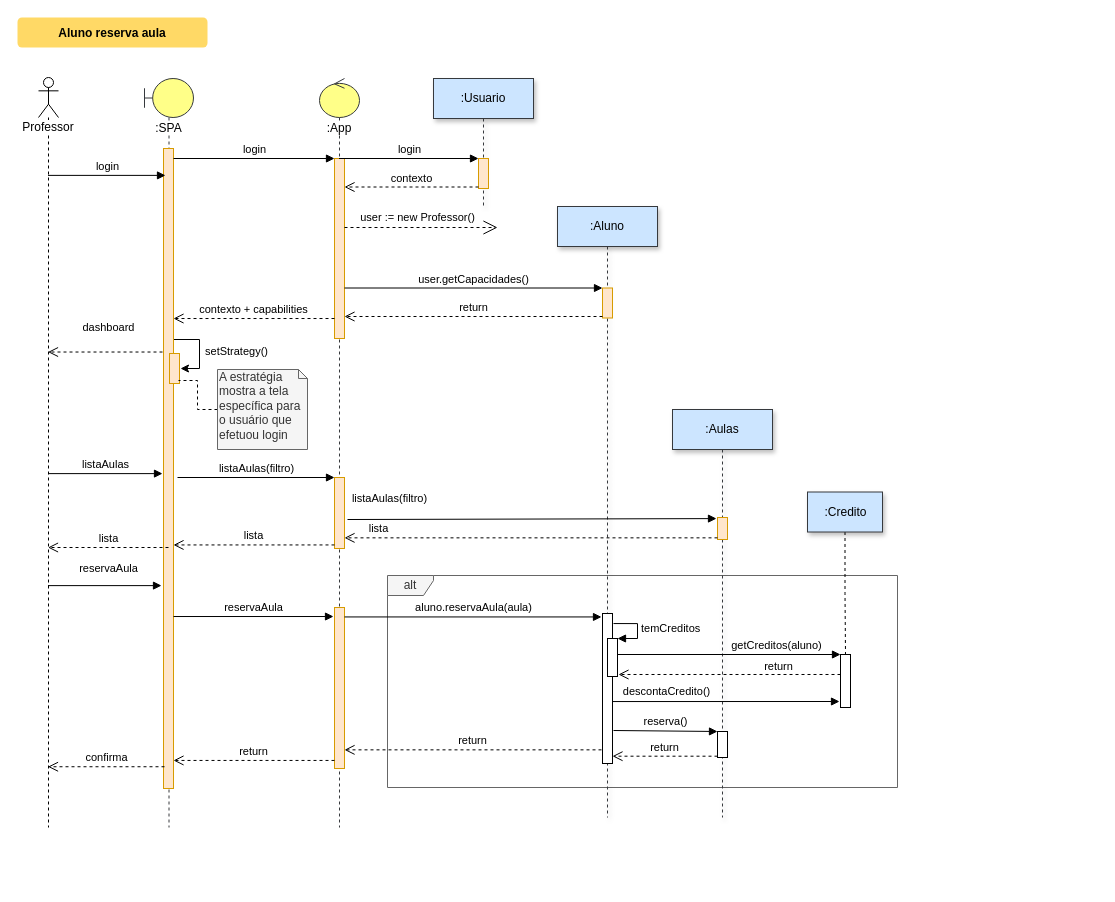
Neandertals/personal keeps this draw.io diagram as aluno_reserva.drawio. Above is the earlier version. Source tidied: cells renumbered, new cells numbered last; positions are measured from the earlier drawing's top-left corner, leaving out a move shared by most shapes. Both pictures are drawn from the tidied source at 100%, with x=0, y=0 at pixel (17, 17).
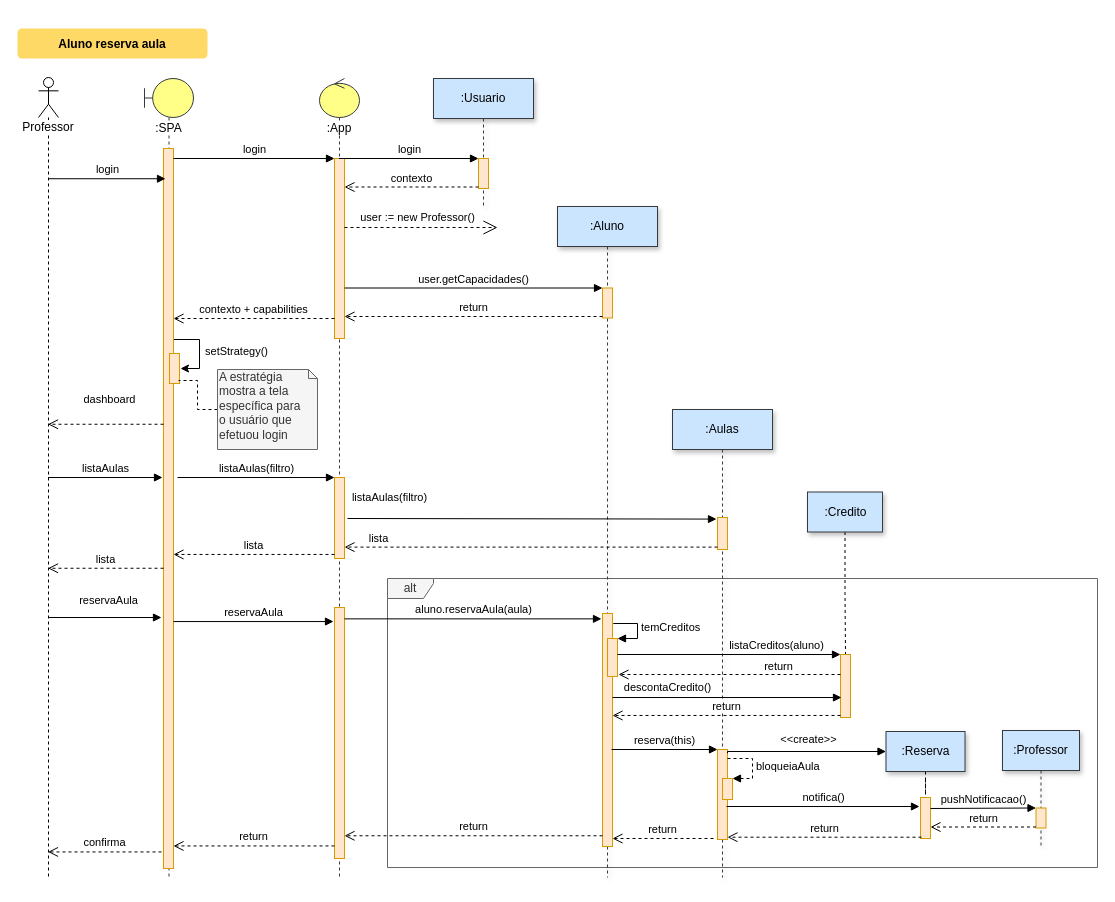
After the change.

What changed in the source:
```diff
@@
     <mxCell id="2" value="Aluno reserva aula" style="rounded=1;fontStyle=1;fillColor=#FFD966;strokeColor=none;" parent="1" vertex="1">
-      <mxGeometry width="190" height="30" as="geometry" />
+      <mxGeometry y="11" width="190" height="30" as="geometry" />
     </mxCell>
     <mxCell id="3" value="alt" style="shape=umlFrame;whiteSpace=wrap;html=1;fillColor=#f5f5f5;strokeColor=#666666;fontColor=#333333;gradientColor=none;swimlaneFillColor=none;width=46;height=20;comic=0;" parent="1" vertex="1">
-      <mxGeometry x="370" y="558" width="510" height="212" as="geometry" />
+      <mxGeometry x="370" y="561" width="710" height="289" as="geometry" />
     </mxCell>
     <mxCell id="4" value=":SPA" style="shape=umlLifeline;participant=umlBoundary;perimeter=lifelinePerimeter;whiteSpace=wrap;html=1;verticalAlign=top;spacingTop=36;labelBackgroundColor=#ffffff;size=39;fillColor=#ffff88;strokeColor=#36393d;" parent="1" vertex="1">
-      <mxGeometry x="127" y="61" width="49" height="749" as="geometry" />
+      <mxGeometry x="127" y="61" width="49" height="799" as="geometry" />
     </mxCell>
@@
     <mxCell id="6" style="html=1;points=[];perimeter=orthogonalPerimeter;fillColor=#ffe6cc;strokeColor=#d79b00;" parent="4" vertex="1">
-      <mxGeometry x="19" y="70" width="10" height="640" as="geometry" />
+      <mxGeometry x="19" y="70" width="10" height="720" as="geometry" />
     </mxCell>
@@
     <mxCell id="8" value="Professor&lt;br&gt;" style="shape=umlLifeline;participant=umlActor;perimeter=lifelinePerimeter;whiteSpace=wrap;html=1;verticalAlign=top;spacingTop=36;labelBackgroundColor=#ffffff;outlineConnect=0;" parent="1" vertex="1">
-      <mxGeometry x="21" y="60" width="20" height="750" as="geometry" />
+      <mxGeometry x="21" y="60" width="20" height="800" as="geometry" />
     </mxCell>
@@
     <mxCell id="11" value=":App" style="shape=umlLifeline;participant=umlControl;perimeter=lifelinePerimeter;whiteSpace=wrap;html=1;verticalAlign=top;spacingTop=36;labelBackgroundColor=#ffffff;outlineConnect=0;size=39;fillColor=#ffff88;strokeColor=#36393d;" parent="1" vertex="1">
-      <mxGeometry x="302" y="61" width="40" height="749" as="geometry" />
+      <mxGeometry x="302" y="61" width="40" height="799" as="geometry" />
     </mxCell>
@@
     <mxCell id="13" style="html=1;points=[];perimeter=orthogonalPerimeter;fillColor=#ffe6cc;strokeColor=#d79b00;" parent="11" vertex="1">
-      <mxGeometry x="15" y="399" width="10" height="71" as="geometry" />
+      <mxGeometry x="15" y="399" width="10" height="81" as="geometry" />
     </mxCell>
     <mxCell id="14" style="html=1;points=[];perimeter=orthogonalPerimeter;fillColor=#ffe6cc;strokeColor=#d79b00;" parent="11" vertex="1">
-      <mxGeometry x="15" y="529" width="10" height="161" as="geometry" />
+      <mxGeometry x="15" y="529" width="10" height="251" as="geometry" />
     </mxCell>
@@
-    <mxCell id="20" value="dashboard" style="html=1;verticalAlign=bottom;endArrow=open;dashed=1;endSize=8;exitX=-0.1;exitY=0.318;exitDx=0;exitDy=0;exitPerimeter=0;" parent="1" edge="1" source="6" target="8">
+    <mxCell id="20" value="dashboard" style="html=1;verticalAlign=bottom;endArrow=open;dashed=1;endSize=8;exitX=0;exitY=0.383;exitDx=0;exitDy=0;exitPerimeter=0;" parent="1" edge="1" source="6" target="8">
       <mxGeometry x="-0.06" y="-16" relative="1" as="geometry" />
     </mxCell>
     <mxCell id="21" value=":Aluno" style="shape=umlLifeline;perimeter=lifelinePerimeter;whiteSpace=wrap;html=1;shadow=1;strokeColor=#36393d;fillColor=#cce5ff;" parent="1" vertex="1">
-      <mxGeometry x="540" y="189" width="100" height="611" as="geometry" />
+      <mxGeometry x="540" y="189" width="100" height="671" as="geometry" />
     </mxCell>
@@
-    <mxCell id="23" style="html=1;points=[];perimeter=orthogonalPerimeter;" parent="21" vertex="1">
-      <mxGeometry x="45" y="407" width="10" height="150" as="geometry" />
+    <mxCell id="23" style="html=1;points=[];perimeter=orthogonalPerimeter;strokeColor=#d79b00;fillColor=#ffe6cc;" parent="21" vertex="1">
+      <mxGeometry x="45" y="407" width="10" height="233" as="geometry" />
     </mxCell>
-    <mxCell id="24" style="html=1;points=[];perimeter=orthogonalPerimeter;comic=0;gradientColor=none;" parent="21" vertex="1">
+    <mxCell id="24" style="html=1;points=[];perimeter=orthogonalPerimeter;comic=0;gradientColor=none;strokeColor=#d79b00;fillColor=#ffe6cc;" parent="21" vertex="1">
       <mxGeometry x="50" y="432" width="10" height="38" as="geometry" />
     </mxCell>
-    <mxCell id="25" value="temCreditos" style="edgeStyle=orthogonalEdgeStyle;html=1;align=left;spacingLeft=2;endArrow=block;rounded=0;entryX=1;entryY=0;exitX=1.1;exitY=0.067;exitDx=0;exitDy=0;exitPerimeter=0;" parent="21" edge="1" source="23" target="24">
+    <mxCell id="25" value="temCreditos" style="edgeStyle=orthogonalEdgeStyle;html=1;align=left;spacingLeft=2;endArrow=block;rounded=0;entryX=1;entryY=0;" parent="21" edge="1" target="24">
       <mxGeometry relative="1" as="geometry">
+        <mxPoint x="60" y="417" as="sourcePoint" />
         <Array as="points">
+          <mxPoint x="56" y="417" />
           <mxPoint x="80" y="417" />
           <mxPoint x="80" y="432" />
         </Array>
       </mxGeometry>
     </mxCell>
@@
     <mxCell id="30" value="&lt;blockquote style=&quot;margin: 0 0 0 40px ; border: none ; padding: 0px&quot;&gt;&lt;/blockquote&gt;&lt;span&gt;A estratégia&lt;/span&gt;&lt;br&gt;&lt;blockquote style=&quot;margin: 0 0 0 40px ; border: none ; padding: 0px&quot;&gt;&lt;/blockquote&gt;&lt;span&gt;mostra a tela específica para&lt;/span&gt;&lt;br&gt;&lt;blockquote style=&quot;margin: 0 0 0 40px ; border: none ; padding: 0px&quot;&gt; &lt;/blockquote&gt;&lt;span&gt;o usuário que&lt;/span&gt;&lt;br&gt; efetuou login" style="shape=note;whiteSpace=wrap;html=1;size=9;verticalAlign=top;align=left;spacingTop=-6;fillColor=#f5f5f5;strokeColor=#666666;fontColor=#333333;" parent="1" vertex="1">
-      <mxGeometry x="200" y="352" width="90" height="80" as="geometry" />
+      <mxGeometry x="200" y="352" width="100" height="80" as="geometry" />
     </mxCell>
     <mxCell id="31" value=":Aulas" style="shape=umlLifeline;perimeter=lifelinePerimeter;whiteSpace=wrap;html=1;shadow=1;strokeColor=#36393d;fillColor=#cce5ff;" parent="1" vertex="1">
-      <mxGeometry x="655" y="392" width="100" height="408" as="geometry" />
+      <mxGeometry x="655" y="392" width="100" height="468" as="geometry" />
     </mxCell>
     <mxCell id="32" style="html=1;points=[];perimeter=orthogonalPerimeter;fillColor=#ffe6cc;strokeColor=#d79b00;" parent="31" vertex="1">
-      <mxGeometry x="45" y="108" width="10" height="22" as="geometry" />
+      <mxGeometry x="45" y="108" width="10" height="32" as="geometry" />
     </mxCell>
-    <mxCell id="33" style="html=1;points=[];perimeter=orthogonalPerimeter;comic=0;gradientColor=none;" parent="31" vertex="1">
-      <mxGeometry x="45" y="322" width="10" height="26" as="geometry" />
+    <mxCell id="33" style="html=1;points=[];perimeter=orthogonalPerimeter;comic=0;gradientColor=none;strokeColor=#d79b00;fillColor=#ffe6cc;" parent="31" vertex="1">
+      <mxGeometry x="45" y="340" width="10" height="90" as="geometry" />
     </mxCell>
+    <mxCell id="54" style="html=1;points=[];perimeter=orthogonalPerimeter;comic=0;gradientColor=none;strokeColor=#d79b00;fillColor=#ffe6cc;" parent="31" vertex="1">
+      <mxGeometry x="50" y="369" width="10" height="21" as="geometry" />
+    </mxCell>
+    <mxCell id="55" value="bloqueiaAula" style="edgeStyle=orthogonalEdgeStyle;html=1;align=left;spacingLeft=2;endArrow=block;rounded=0;entryX=1;entryY=0;dashed=1;" parent="31" edge="1" target="54">
+      <mxGeometry relative="1" as="geometry">
+        <mxPoint x="55" y="349" as="sourcePoint" />
+        <Array as="points">
+          <mxPoint x="80" y="349" />
+        </Array>
+      </mxGeometry>
+    </mxCell>
-    <mxCell id="34" value="listaAulas" style="html=1;verticalAlign=bottom;endArrow=block;entryX=-0.1;entryY=0.508;entryDx=0;entryDy=0;entryPerimeter=0;" parent="1" edge="1" source="8" target="6">
-      <mxGeometry relative="1" as="geometry" />
+    <mxCell id="34" value="listaAulas" style="html=1;verticalAlign=bottom;endArrow=block;" parent="1" edge="1" source="8">
+      <mxGeometry relative="1" as="geometry">
+        <mxPoint x="145" y="460" as="targetPoint" />
+      </mxGeometry>
     </mxCell>
@@
-    <mxCell id="38" value="lista" style="html=1;verticalAlign=bottom;endArrow=open;dashed=1;endSize=8;" parent="1" edge="1" target="8">
-      <mxGeometry relative="1" as="geometry">
-        <mxPoint x="151" y="530" as="sourcePoint" />
-      </mxGeometry>
+    <mxCell id="38" value="lista" style="html=1;verticalAlign=bottom;endArrow=open;dashed=1;endSize=8;exitX=0;exitY=0.583;exitDx=0;exitDy=0;exitPerimeter=0;" parent="1" edge="1" source="6" target="8">
+      <mxGeometry relative="1" as="geometry" />
     </mxCell>
     <mxCell id="39" value="listaAulas(filtro)" style="html=1;verticalAlign=bottom;endArrow=block;entryX=-0.1;entryY=0.05;entryDx=0;entryDy=0;entryPerimeter=0;" parent="1" edge="1" target="32">
       <mxGeometry x="-0.77" y="12" relative="1" as="geometry">
-        <mxPoint x="330" y="502" as="sourcePoint" />
+        <mxPoint x="330" y="501" as="sourcePoint" />
       </mxGeometry>
     </mxCell>
-    <mxCell id="40" value="reservaAula" style="html=1;verticalAlign=bottom;endArrow=block;entryX=-0.2;entryY=0.683;entryDx=0;entryDy=0;entryPerimeter=0;" parent="1" edge="1" source="8" target="6">
-      <mxGeometry x="0.05" y="8" relative="1" as="geometry" />
+    <mxCell id="40" value="reservaAula" style="html=1;verticalAlign=bottom;endArrow=block;" parent="1" edge="1" source="8">
+      <mxGeometry x="0.05" y="8" relative="1" as="geometry">
+        <mxPoint x="144" y="600" as="targetPoint" />
+      </mxGeometry>
     </mxCell>
@@
-    <mxCell id="44" value="return" style="html=1;verticalAlign=bottom;endArrow=open;dashed=1;endSize=8;exitX=-0.1;exitY=0.909;exitDx=0;exitDy=0;exitPerimeter=0;" parent="1" edge="1" source="23" target="14">
+    <mxCell id="44" value="return" style="html=1;verticalAlign=bottom;endArrow=open;dashed=1;endSize=8;exitX=0;exitY=0.954;exitDx=0;exitDy=0;exitPerimeter=0;" parent="1" edge="1" source="23" target="14">
       <mxGeometry relative="1" as="geometry" />
     </mxCell>
-    <mxCell id="45" value="confirma" style="html=1;verticalAlign=bottom;endArrow=open;dashed=1;endSize=8;exitX=0.1;exitY=0.966;exitDx=0;exitDy=0;exitPerimeter=0;" parent="1" edge="1" source="6" target="8">
+    <mxCell id="45" value="confirma" style="html=1;verticalAlign=bottom;endArrow=open;dashed=1;endSize=8;exitX=-0.2;exitY=0.977;exitDx=0;exitDy=0;exitPerimeter=0;" parent="1" edge="1" source="6" target="8">
       <mxGeometry relative="1" as="geometry" />
     </mxCell>
@@
-    <mxCell id="48" style="html=1;points=[];perimeter=orthogonalPerimeter;comic=0;gradientColor=none;" parent="1" vertex="1">
-      <mxGeometry x="823" y="637" width="10" height="53" as="geometry" />
+    <mxCell id="48" style="html=1;points=[];perimeter=orthogonalPerimeter;comic=0;gradientColor=none;strokeColor=#d79b00;fillColor=#ffe6cc;" parent="1" vertex="1">
+      <mxGeometry x="823" y="637" width="10" height="63" as="geometry" />
     </mxCell>
-    <mxCell id="49" value="getCreditos(aluno)" style="html=1;verticalAlign=bottom;endArrow=block;entryX=0;entryY=0;" parent="1" edge="1" source="24" target="48">
+    <mxCell id="49" value="listaCreditos(aluno)" style="html=1;verticalAlign=bottom;endArrow=block;entryX=0;entryY=0;" parent="1" edge="1" source="24" target="48">
       <mxGeometry x="0.43" relative="1" as="geometry" />
     </mxCell>
@@
-    <mxCell id="51" value="descontaCredito()" style="html=1;verticalAlign=bottom;endArrow=block;entryX=-0.1;entryY=0.887;entryDx=0;entryDy=0;entryPerimeter=0;exitX=1;exitY=0.587;exitDx=0;exitDy=0;exitPerimeter=0;" parent="1" edge="1" source="23" target="48">
+    <mxCell id="51" value="descontaCredito()" style="html=1;verticalAlign=bottom;endArrow=block;entryX=0.1;entryY=0.683;entryDx=0;entryDy=0;entryPerimeter=0;" parent="1" edge="1" source="23" target="48">
       <mxGeometry x="-0.52" y="1" relative="1" as="geometry" />
     </mxCell>
-    <mxCell id="52" value="return" style="html=1;verticalAlign=bottom;endArrow=open;dashed=1;endSize=8;exitX=0;exitY=0.95;" parent="1" edge="1" source="33" target="23">
+    <mxCell id="52" value="return" style="html=1;verticalAlign=bottom;endArrow=open;dashed=1;endSize=8;exitX=-0.4;exitY=0.989;exitDx=0;exitDy=0;exitPerimeter=0;" parent="1" edge="1" source="33" target="23">
       <mxGeometry relative="1" as="geometry" />
     </mxCell>
-    <mxCell id="53" value="reserva()" style="html=1;verticalAlign=bottom;endArrow=block;entryX=0;entryY=0;exitX=1.1;exitY=0.78;exitDx=0;exitDy=0;exitPerimeter=0;" parent="1" edge="1" source="23" target="33">
-      <mxGeometry relative="1" as="geometry" />
+    <mxCell id="53" value="reserva(this)" style="html=1;verticalAlign=bottom;endArrow=block;entryX=0;entryY=0;" parent="1" edge="1" target="33">
+      <mxGeometry relative="1" as="geometry">
+        <mxPoint x="594" y="732" as="sourcePoint" />
+      </mxGeometry>
     </mxCell>
+    <mxCell id="56" style="edgeStyle=orthogonalEdgeStyle;rounded=0;jettySize=auto;html=1;dashed=1;endArrow=none;endFill=0;" parent="1" edge="1" source="57" target="63">
+      <mxGeometry relative="1" as="geometry" />
+    </mxCell>
+    <mxCell id="57" value=":Reserva" style="html=1;comic=0;gradientColor=none;shadow=1;strokeColor=#36393d;fillColor=#cce5ff;" parent="1" vertex="1">
+      <mxGeometry x="868.5" y="714" width="79" height="40" as="geometry" />
+    </mxCell>
+    <mxCell id="58" value="&amp;lt;&amp;lt;create&amp;gt;&amp;gt;" style="edgeStyle=orthogonalEdgeStyle;rounded=0;jettySize=auto;html=1;entryX=0;entryY=0.5;entryDx=0;entryDy=0;endArrow=block;endFill=1;exitX=1;exitY=0.042;exitDx=0;exitDy=0;exitPerimeter=0;" parent="1" edge="1" source="33" target="57">
+      <mxGeometry x="0.03" y="12" relative="1" as="geometry">
+        <Array as="points">
+          <mxPoint x="710" y="734" />
+        </Array>
+      </mxGeometry>
+    </mxCell>
+    <mxCell id="59" value="return" style="html=1;verticalAlign=bottom;endArrow=open;dashed=1;endSize=8;exitX=0;exitY=0.968;exitDx=0;exitDy=0;exitPerimeter=0;" parent="1" edge="1" source="48" target="23">
+      <mxGeometry relative="1" as="geometry" />
+    </mxCell>
+    <mxCell id="60" value=":Professor" style="shape=umlLifeline;perimeter=lifelinePerimeter;whiteSpace=wrap;html=1;comic=0;gradientColor=none;shadow=1;strokeColor=#36393d;fillColor=#cce5ff;" parent="1" vertex="1">
+      <mxGeometry x="985" y="713" width="77" height="117" as="geometry" />
+    </mxCell>
+    <mxCell id="61" style="html=1;points=[];perimeter=orthogonalPerimeter;comic=0;gradientColor=none;strokeColor=#d79b00;fillColor=#ffe6cc;" parent="60" vertex="1">
+      <mxGeometry x="33.5" y="77.5" width="10" height="20" as="geometry" />
+    </mxCell>
+    <mxCell id="62" style="edgeStyle=orthogonalEdgeStyle;rounded=0;orthogonalLoop=1;jettySize=auto;html=1;exitX=0.5;exitY=1;exitDx=0;exitDy=0;dashed=1;endArrow=none;endFill=0;" parent="1" edge="1" source="57" target="57">
+      <mxGeometry relative="1" as="geometry" />
+    </mxCell>
+    <mxCell id="63" style="html=1;points=[];perimeter=orthogonalPerimeter;comic=0;gradientColor=none;strokeColor=#d79b00;fillColor=#ffe6cc;" parent="1" vertex="1">
+      <mxGeometry x="903" y="780" width="10" height="41" as="geometry" />
+    </mxCell>
+    <mxCell id="64" value="notifica()" style="html=1;verticalAlign=bottom;endArrow=block;entryX=-0.1;entryY=0.22;entryDx=0;entryDy=0;entryPerimeter=0;" parent="1" edge="1" target="63">
+      <mxGeometry relative="1" as="geometry">
+        <mxPoint x="709" y="789" as="sourcePoint" />
+      </mxGeometry>
+    </mxCell>
+    <mxCell id="65" value="return" style="html=1;verticalAlign=bottom;endArrow=open;dashed=1;endSize=8;exitX=0.1;exitY=0.968;exitDx=0;exitDy=0;exitPerimeter=0;" parent="1" edge="1" source="63" target="33">
+      <mxGeometry relative="1" as="geometry" />
+    </mxCell>
+    <mxCell id="66" value="pushNotificacao()" style="html=1;verticalAlign=bottom;endArrow=block;entryX=0;entryY=0;exitX=1;exitY=0.268;exitDx=0;exitDy=0;exitPerimeter=0;" parent="1" edge="1" source="63" target="61">
+      <mxGeometry relative="1" as="geometry" />
+    </mxCell>
+    <mxCell id="67" value="return" style="html=1;verticalAlign=bottom;endArrow=open;dashed=1;endSize=8;exitX=0;exitY=0.95;" parent="1" edge="1" source="61" target="63">
+      <mxGeometry relative="1" as="geometry" />
+    </mxCell>
```
